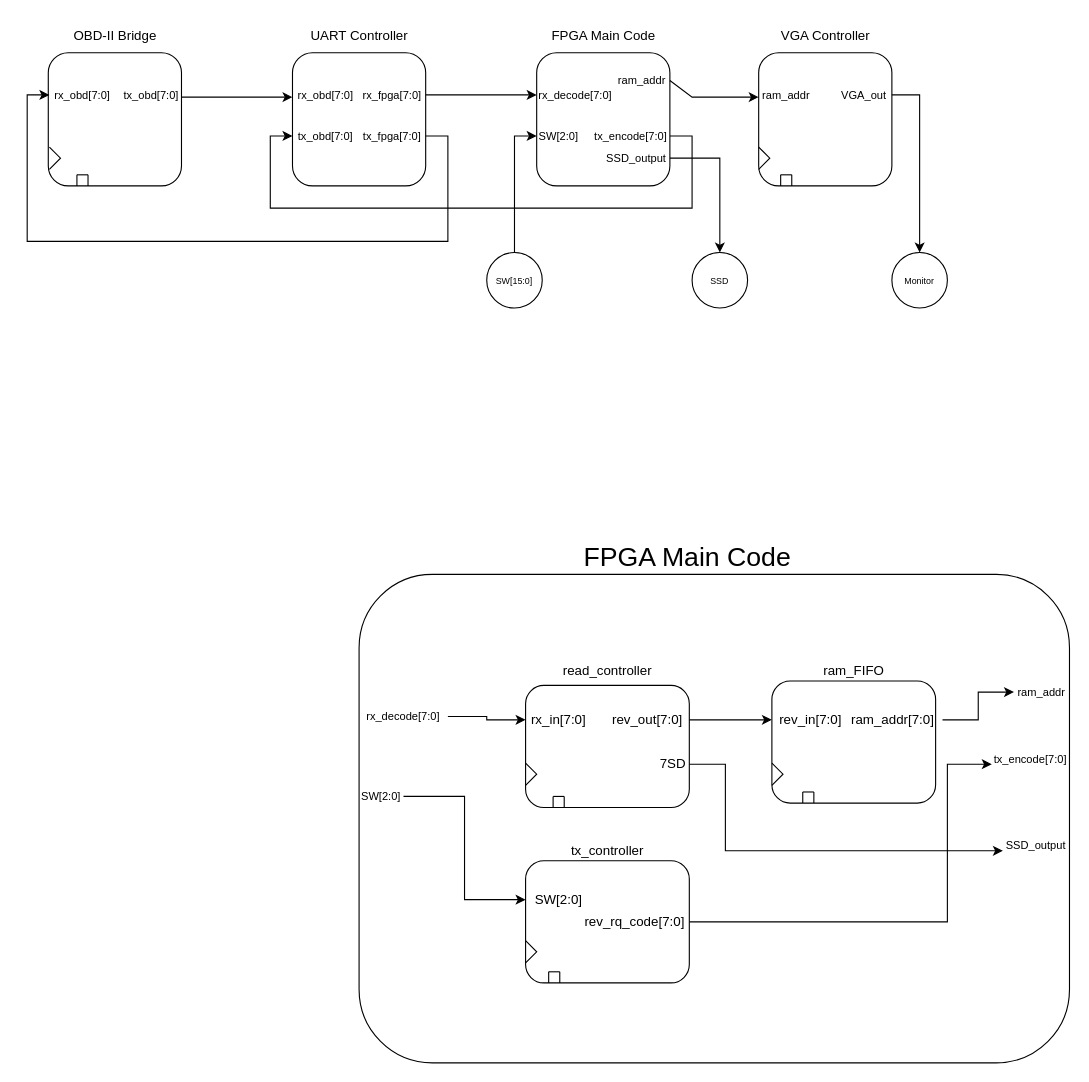
The draw.io diagram final_Project/BlockDiagrams/macroBlock.drawio in abhibogga/CSEE4280Workspace, before the edit. Source tidied: cells renumbered, new cells numbered last; positions are measured from the earlier drawing's top-left corner, leaving out a move shared by most shapes. Both pictures are drawn from the tidied source at 111%, with x=0, y=0 at pixel (27, 19).
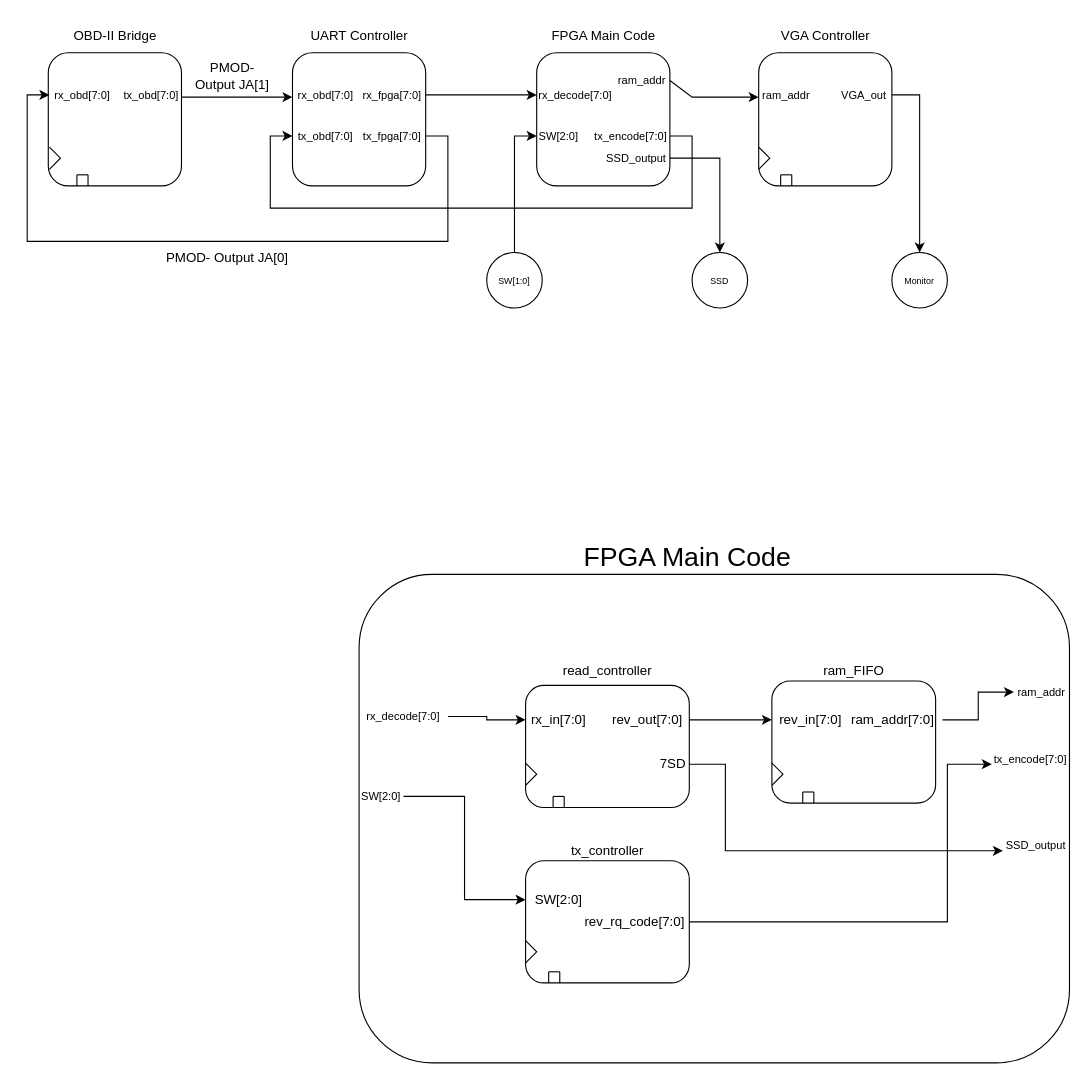
The same page after the edit.

Commit message (it also covers changes not shown here):
added checklist and updated block diagrams

Change to the diagram source:
```diff
@@
-    <mxCell id="23" value="&lt;font style=&quot;font-size: 8px;&quot;&gt;SW[15:0]&lt;/font&gt;" style="ellipse;whiteSpace=wrap;html=1;" parent="1" vertex="1">
+    <mxCell id="23" value="&lt;font style=&quot;font-size: 8px;&quot;&gt;SW[1:0]&lt;/font&gt;" style="ellipse;whiteSpace=wrap;html=1;" parent="1" vertex="1">
       <mxGeometry x="414" y="210" width="50" height="50" as="geometry" />
     </mxCell>
@@
+    <mxCell id="80" value="PMOD- Output JA[0]" style="text;html=1;align=center;verticalAlign=middle;whiteSpace=wrap;rounded=0;" parent="1" vertex="1">
+      <mxGeometry x="117" y="200" width="127" height="30" as="geometry" />
+    </mxCell>
+    <mxCell id="81" value="PMOD- Output JA[1]" style="text;html=1;align=center;verticalAlign=middle;whiteSpace=wrap;rounded=0;" parent="1" vertex="1">
+      <mxGeometry x="149.5" y="36" width="70" height="30" as="geometry" />
+    </mxCell>
```
